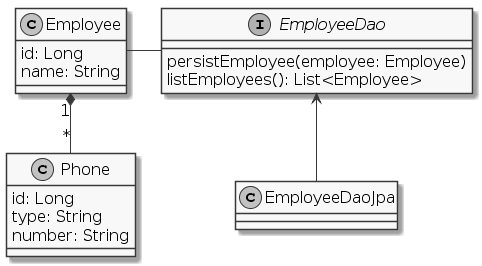
Above: artifacts/posts/2010-03-08-dbunit/dbunit.png in vicziani/vicziani.github.com (PlantUML), before the change.
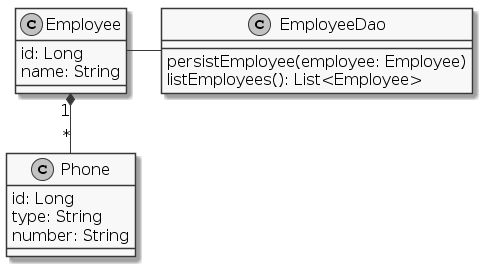
Later version of the same file.

Commit message:
DbUnit frissítés

The edit, as a diff of the source:
```diff
@@ -15,16 +15,11 @@
 
 Employee "1" *-- "*" Phone
 
-interface EmployeeDao {
+class EmployeeDao {
 persistEmployee(employee: Employee)
 listEmployees(): List<Employee>
 
 }
 
-class EmployeeDaoJpa {
-}
-
-
 Employee - EmployeeDao
-EmployeeDao <-- EmployeeDaoJpa
 @enduml
```
